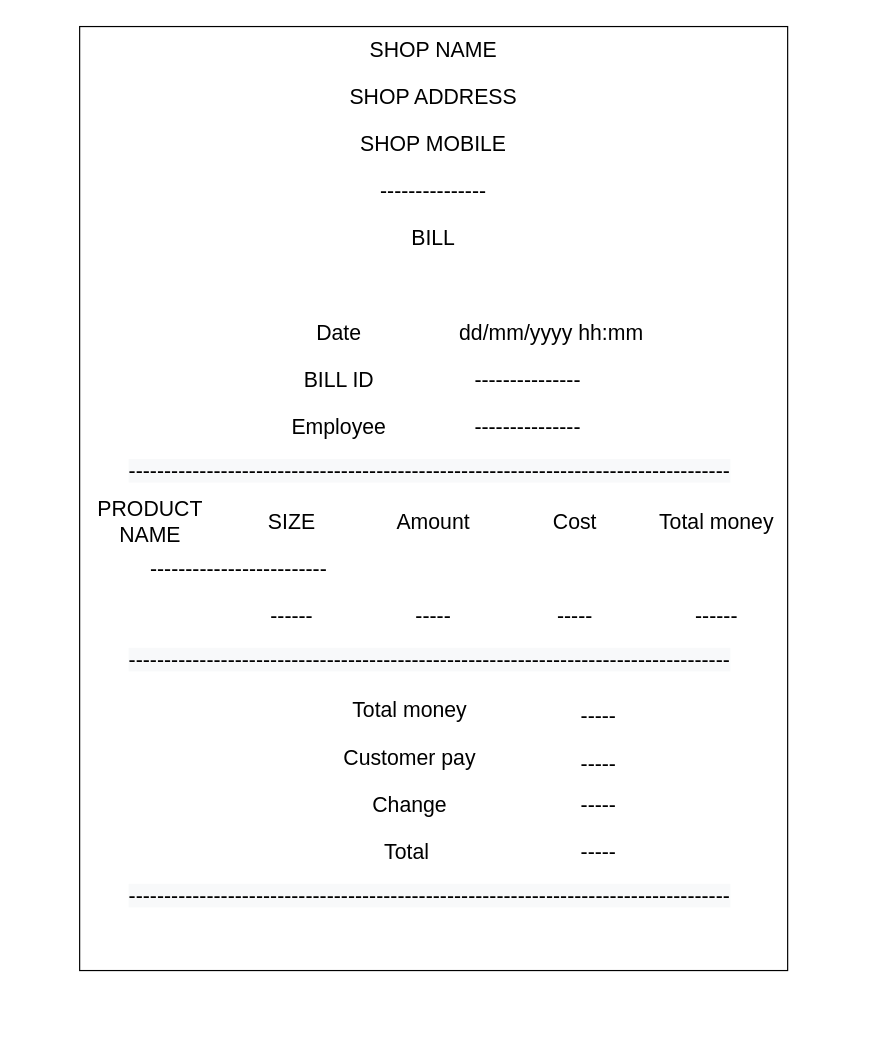
The draw.io diagram page "BILL" (15 of 15) of doc/ui_prototype.drawio in TranMhPhuc/KinhDoanhBanhKem, before the edit. Source tidied: cells renumbered, new cells numbered last; positions are measured from the earlier drawing's top-left corner, leaving out a move shared by most shapes. Both pictures are drawn from the tidied source at 118%, with x=0, y=0 at pixel (79, 26).
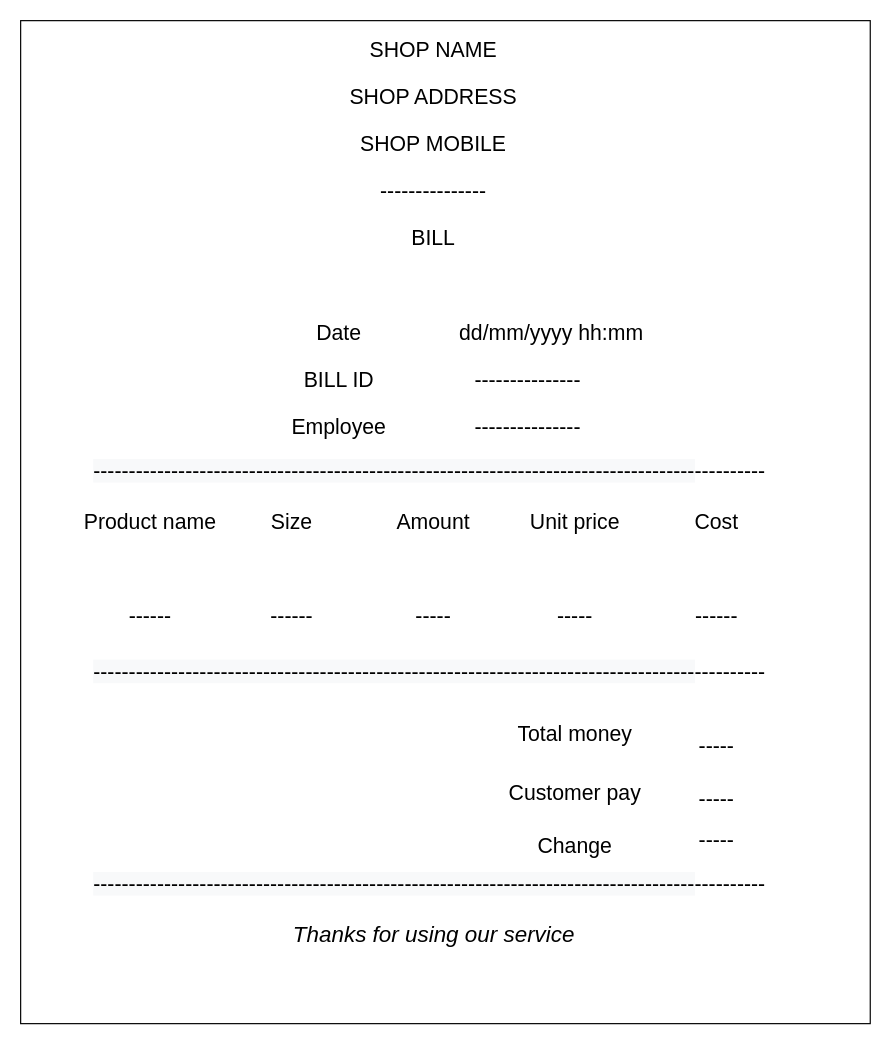
The same page after the edit.

What changed in the source:
```diff
@@
     <mxCell id="2" style="rounded=0;whiteSpace=wrap;html=1;" parent="1" vertex="1">
-      <mxGeometry width="600" height="800" as="geometry" />
+      <mxGeometry x="-50" y="-5" width="720" height="850" as="geometry" />
     </mxCell>
@@
-    <mxCell id="8" value="&lt;span style=&quot;font-size: 18px&quot;&gt;PRODUCT NAME&lt;/span&gt;" style="text;html=1;strokeColor=none;fillColor=none;align=center;verticalAlign=middle;whiteSpace=wrap;rounded=0;fontSize=8;" parent="1" vertex="1">
+    <mxCell id="8" value="&lt;span style=&quot;font-size: 18px&quot;&gt;Product name&lt;/span&gt;" style="text;html=1;strokeColor=none;fillColor=none;align=center;verticalAlign=middle;whiteSpace=wrap;rounded=0;fontSize=8;" parent="1" vertex="1">
       <mxGeometry y="400" width="120" height="40" as="geometry" />
     </mxCell>
-    <mxCell id="9" value="&lt;span style=&quot;font-size: 18px&quot;&gt;SIZE&lt;/span&gt;" style="text;html=1;strokeColor=none;fillColor=none;align=center;verticalAlign=middle;whiteSpace=wrap;rounded=0;fontSize=8;" parent="1" vertex="1">
+    <mxCell id="9" value="&lt;span style=&quot;font-size: 18px&quot;&gt;Size&lt;/span&gt;" style="text;html=1;strokeColor=none;fillColor=none;align=center;verticalAlign=middle;whiteSpace=wrap;rounded=0;fontSize=8;" parent="1" vertex="1">
       <mxGeometry x="120" y="400" width="120" height="40" as="geometry" />
     </mxCell>
@@
-    <mxCell id="11" value="&lt;span style=&quot;font-size: 18px&quot;&gt;Total money&lt;/span&gt;" style="text;html=1;strokeColor=none;fillColor=none;align=center;verticalAlign=middle;whiteSpace=wrap;rounded=0;fontSize=8;" parent="1" vertex="1">
+    <mxCell id="11" value="&lt;span style=&quot;font-size: 18px&quot;&gt;Cost&lt;/span&gt;" style="text;html=1;strokeColor=none;fillColor=none;align=center;verticalAlign=middle;whiteSpace=wrap;rounded=0;fontSize=8;" parent="1" vertex="1">
       <mxGeometry x="480" y="400" width="120" height="40" as="geometry" />
     </mxCell>
-    <mxCell id="12" value="&lt;span style=&quot;font-size: 18px&quot;&gt;Cost&lt;/span&gt;" style="text;html=1;strokeColor=none;fillColor=none;align=center;verticalAlign=middle;whiteSpace=wrap;rounded=0;fontSize=8;" parent="1" vertex="1">
+    <mxCell id="12" value="&lt;span style=&quot;font-size: 18px&quot;&gt;Unit price&lt;/span&gt;" style="text;html=1;strokeColor=none;fillColor=none;align=center;verticalAlign=middle;whiteSpace=wrap;rounded=0;fontSize=8;" parent="1" vertex="1">
       <mxGeometry x="360" y="400" width="120" height="40" as="geometry" />
     </mxCell>
-    <mxCell id="13" value="&lt;span style=&quot;font-size: 18px&quot;&gt;-------------------------&lt;/span&gt;" style="text;html=1;strokeColor=none;fillColor=none;align=center;verticalAlign=middle;whiteSpace=wrap;rounded=0;fontSize=8;" parent="1" vertex="1">
-      <mxGeometry x="40" y="440" width="190" height="40" as="geometry" />
-    </mxCell>
@@
-    <mxCell id="18" value="&lt;span style=&quot;font-size: 18px&quot;&gt;Total&amp;nbsp;&lt;/span&gt;" style="text;html=1;strokeColor=none;fillColor=none;align=center;verticalAlign=middle;whiteSpace=wrap;rounded=0;fontSize=8;" parent="1" vertex="1">
-      <mxGeometry x="200" y="680" width="160" height="40" as="geometry" />
-    </mxCell>
-    <mxCell id="19" value="&lt;span style=&quot;font-size: 18px&quot;&gt;Total money&lt;/span&gt;" style="text;html=1;strokeColor=none;fillColor=none;align=center;verticalAlign=middle;whiteSpace=wrap;rounded=0;fontSize=8;" parent="1" vertex="1">
-      <mxGeometry x="200" y="560" width="160" height="40" as="geometry" />
-    </mxCell>
-    <mxCell id="20" value="&lt;span style=&quot;font-size: 18px&quot;&gt;-----&lt;/span&gt;" style="text;html=1;strokeColor=none;fillColor=none;align=center;verticalAlign=middle;whiteSpace=wrap;rounded=0;fontSize=8;" parent="1" vertex="1">
-      <mxGeometry x="360" y="565" width="160" height="40" as="geometry" />
-    </mxCell>
-    <mxCell id="21" value="&lt;span style=&quot;font-size: 18px&quot;&gt;-----&lt;/span&gt;" style="text;html=1;strokeColor=none;fillColor=none;align=center;verticalAlign=middle;whiteSpace=wrap;rounded=0;fontSize=8;" parent="1" vertex="1">
-      <mxGeometry x="360" y="605" width="160" height="40" as="geometry" />
-    </mxCell>
@@
-    <mxCell id="28" value="&lt;span style=&quot;color: rgb(0, 0, 0); font-family: helvetica; font-size: 18px; font-style: normal; font-weight: 400; letter-spacing: normal; text-align: center; text-indent: 0px; text-transform: none; word-spacing: 0px; background-color: rgb(248, 249, 250); display: inline; float: none;&quot;&gt;-------------------------------------------------------------------------------------&lt;/span&gt;" style="text;whiteSpace=wrap;html=1;fontSize=8;" parent="1" vertex="1">
-      <mxGeometry x="40" y="720" width="520" height="40" as="geometry" />
-    </mxCell>
-    <mxCell id="29" value="&lt;span style=&quot;color: rgb(0, 0, 0); font-family: helvetica; font-size: 18px; font-style: normal; font-weight: 400; letter-spacing: normal; text-align: center; text-indent: 0px; text-transform: none; word-spacing: 0px; background-color: rgb(248, 249, 250); display: inline; float: none;&quot;&gt;-------------------------------------------------------------------------------------&lt;/span&gt;" style="text;whiteSpace=wrap;html=1;fontSize=8;" parent="1" vertex="1">
-      <mxGeometry x="40" y="520" width="520" height="40" as="geometry" />
-    </mxCell>
-    <mxCell id="30" value="&lt;span style=&quot;color: rgb(0, 0, 0); font-family: helvetica; font-size: 18px; font-style: normal; font-weight: 400; letter-spacing: normal; text-align: center; text-indent: 0px; text-transform: none; word-spacing: 0px; background-color: rgb(248, 249, 250); display: inline; float: none;&quot;&gt;-------------------------------------------------------------------------------------&lt;/span&gt;" style="text;whiteSpace=wrap;html=1;fontSize=8;" parent="1" vertex="1">
-      <mxGeometry x="40" y="360" width="520" height="40" as="geometry" />
+    <mxCell id="30" value="&lt;span style=&quot;color: rgb(0 , 0 , 0) ; font-family: &amp;#34;helvetica&amp;#34; ; font-size: 18px ; font-style: normal ; font-weight: 400 ; letter-spacing: normal ; text-align: center ; text-indent: 0px ; text-transform: none ; word-spacing: 0px ; background-color: rgb(248 , 249 , 250) ; display: inline ; float: none&quot;&gt;-------------------------------------------------------------------------------------&lt;/span&gt;&lt;span style=&quot;font-family: &amp;#34;helvetica&amp;#34; ; font-size: 18px ; text-align: center&quot;&gt;--------&lt;/span&gt;&lt;span style=&quot;font-family: &amp;#34;helvetica&amp;#34; ; font-size: 18px ; text-align: center&quot;&gt;--&lt;/span&gt;" style="text;whiteSpace=wrap;html=1;fontSize=8;" parent="1" vertex="1">
+      <mxGeometry x="10" y="360" width="580" height="40" as="geometry" />
     </mxCell>
+    <mxCell id="33" value="&lt;span style=&quot;font-size: 18px&quot;&gt;-----&lt;/span&gt;" style="text;html=1;strokeColor=none;fillColor=none;align=center;verticalAlign=middle;whiteSpace=wrap;rounded=0;fontSize=8;" parent="1" vertex="1">
+      <mxGeometry x="460" y="670" width="160" height="40" as="geometry" />
+    </mxCell>
+    <mxCell id="35" value="&lt;span style=&quot;color: rgb(0 , 0 , 0) ; font-family: &amp;#34;helvetica&amp;#34; ; font-size: 18px ; font-style: normal ; font-weight: 400 ; letter-spacing: normal ; text-align: center ; text-indent: 0px ; text-transform: none ; word-spacing: 0px ; background-color: rgb(248 , 249 , 250) ; display: inline ; float: none&quot;&gt;-------------------------------------------------------------------------------------&lt;/span&gt;&lt;span style=&quot;font-family: &amp;#34;helvetica&amp;#34; ; font-size: 18px ; text-align: center&quot;&gt;--------&lt;/span&gt;&lt;span style=&quot;font-family: &amp;#34;helvetica&amp;#34; ; font-size: 18px ; text-align: center&quot;&gt;--&lt;/span&gt;" style="text;whiteSpace=wrap;html=1;fontSize=8;" parent="1" vertex="1">
+      <mxGeometry x="10" y="530" width="580" height="40" as="geometry" />
+    </mxCell>
+    <mxCell id="36" value="&lt;span style=&quot;color: rgb(0 , 0 , 0) ; font-family: &amp;#34;helvetica&amp;#34; ; font-size: 18px ; font-style: normal ; font-weight: 400 ; letter-spacing: normal ; text-align: center ; text-indent: 0px ; text-transform: none ; word-spacing: 0px ; background-color: rgb(248 , 249 , 250) ; display: inline ; float: none&quot;&gt;-------------------------------------------------------------------------------------&lt;/span&gt;&lt;span style=&quot;font-family: &amp;#34;helvetica&amp;#34; ; font-size: 18px ; text-align: center&quot;&gt;--------&lt;/span&gt;&lt;span style=&quot;font-family: &amp;#34;helvetica&amp;#34; ; font-size: 18px ; text-align: center&quot;&gt;--&lt;/span&gt;" style="text;whiteSpace=wrap;html=1;fontSize=8;" parent="1" vertex="1">
+      <mxGeometry x="10" y="710" width="580" height="40" as="geometry" />
+    </mxCell>
+    <mxCell id="19" value="&lt;span style=&quot;font-size: 18px&quot;&gt;Total money&lt;/span&gt;" style="text;html=1;strokeColor=none;fillColor=none;align=center;verticalAlign=middle;whiteSpace=wrap;rounded=0;fontSize=8;" parent="1" vertex="1">
+      <mxGeometry x="340" y="580" width="160" height="40" as="geometry" />
+    </mxCell>
+    <mxCell id="32" value="&lt;span style=&quot;font-size: 18px&quot;&gt;Change&lt;/span&gt;" style="text;html=1;strokeColor=none;fillColor=none;align=center;verticalAlign=middle;whiteSpace=wrap;rounded=0;fontSize=8;" parent="1" vertex="1">
+      <mxGeometry x="340" y="675" width="160" height="40" as="geometry" />
+    </mxCell>
     <mxCell id="31" value="&lt;span style=&quot;font-size: 18px&quot;&gt;Customer pay&lt;/span&gt;" style="text;html=1;strokeColor=none;fillColor=none;align=center;verticalAlign=middle;whiteSpace=wrap;rounded=0;fontSize=8;" parent="1" vertex="1">
-      <mxGeometry x="200" y="600" width="160" height="40" as="geometry" />
+      <mxGeometry x="340" y="630" width="160" height="40" as="geometry" />
     </mxCell>
-    <mxCell id="32" value="&lt;span style=&quot;font-size: 18px&quot;&gt;Change&lt;/span&gt;" style="text;html=1;strokeColor=none;fillColor=none;align=center;verticalAlign=middle;whiteSpace=wrap;rounded=0;fontSize=8;" parent="1" vertex="1">
-      <mxGeometry x="200" y="640" width="160" height="40" as="geometry" />
-    </mxCell>
-    <mxCell id="33" value="&lt;span style=&quot;font-size: 18px&quot;&gt;-----&lt;/span&gt;" style="text;html=1;strokeColor=none;fillColor=none;align=center;verticalAlign=middle;whiteSpace=wrap;rounded=0;fontSize=8;" parent="1" vertex="1">
-      <mxGeometry x="360" y="640" width="160" height="40" as="geometry" />
-    </mxCell>
-    <mxCell id="34" value="&lt;span style=&quot;font-size: 18px&quot;&gt;-----&lt;/span&gt;" style="text;html=1;strokeColor=none;fillColor=none;align=center;verticalAlign=middle;whiteSpace=wrap;rounded=0;fontSize=8;" parent="1" vertex="1">
-      <mxGeometry x="360" y="680" width="160" height="40" as="geometry" />
-    </mxCell>
+    <mxCell id="37" value="&lt;span style=&quot;font-size: 18px&quot;&gt;-----&lt;/span&gt;" style="text;html=1;strokeColor=none;fillColor=none;align=center;verticalAlign=middle;whiteSpace=wrap;rounded=0;fontSize=8;" parent="1" vertex="1">
+      <mxGeometry x="460" y="590" width="160" height="40" as="geometry" />
+    </mxCell>
+    <mxCell id="38" value="&lt;span style=&quot;font-size: 18px&quot;&gt;-----&lt;/span&gt;" style="text;html=1;strokeColor=none;fillColor=none;align=center;verticalAlign=middle;whiteSpace=wrap;rounded=0;fontSize=8;" parent="1" vertex="1">
+      <mxGeometry x="460" y="635" width="160" height="40" as="geometry" />
+    </mxCell>
+    <mxCell id="39" value="&lt;span style=&quot;font-size: 18px&quot;&gt;------&lt;/span&gt;" style="text;html=1;strokeColor=none;fillColor=none;align=center;verticalAlign=middle;whiteSpace=wrap;rounded=0;fontSize=8;" parent="1" vertex="1">
+      <mxGeometry y="480" width="120" height="40" as="geometry" />
+    </mxCell>
+    <mxCell id="40" value="Thanks for using our service" style="text;strokeColor=none;fillColor=none;html=1;fontSize=19;fontStyle=2;verticalAlign=middle;align=center;" parent="1" vertex="1">
+      <mxGeometry x="250" y="750" width="100" height="40" as="geometry" />
+    </mxCell>
```
